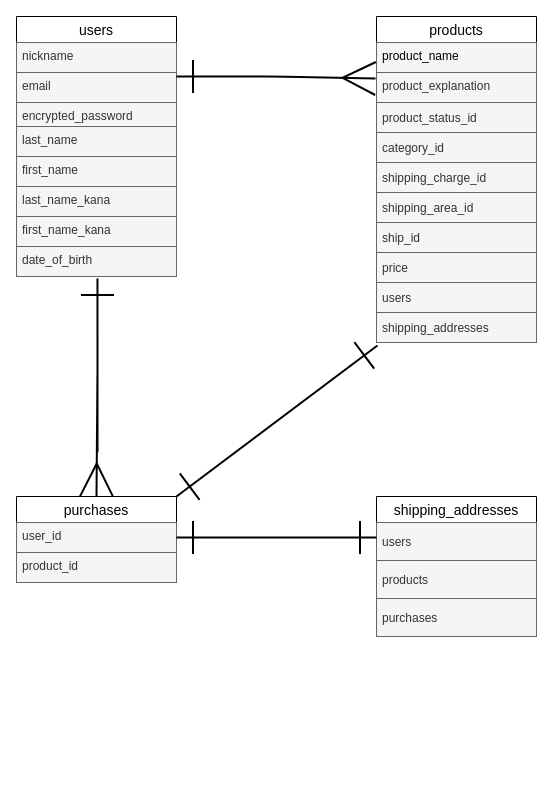
kujira3206/furima-36477 keeps this draw.io diagram as furimaER.dio. Above is the earlier version. Source tidied: cells renumbered, new cells numbered last; positions are measured from the earlier drawing's top-left corner, leaving out a move shared by most shapes. Both pictures are drawn from the tidied source at 100%, with x=0, y=0 at pixel (16, 16).
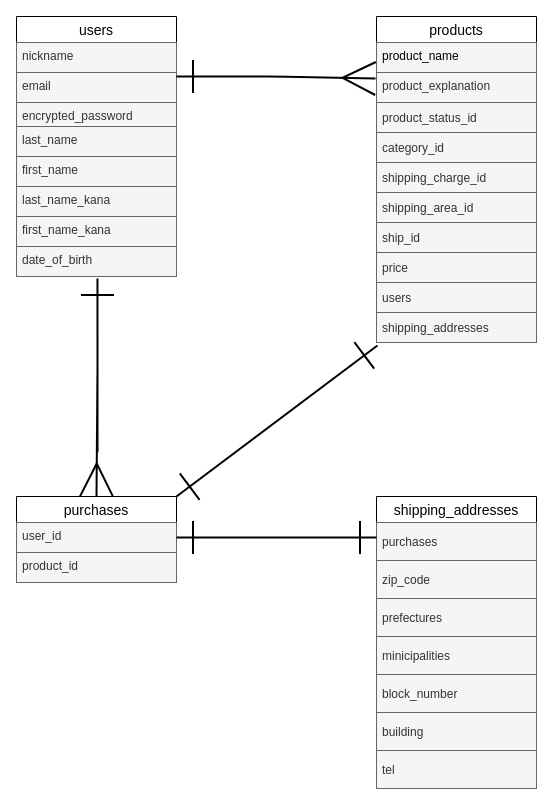
Above is the later version.

Commit message (it also covers changes not shown here):
配送先テーブルのカラムを修正

The edit, as a diff of the source:
```diff
@@
     <mxCell id="29" value="shipping_addresses" style="swimlane;fontStyle=0;horizontal=1;startSize=26;align=center;fontSize=14;" parent="1" vertex="1">
-      <mxGeometry x="360" y="480" width="160" height="140" as="geometry" />
+      <mxGeometry x="360" y="480" width="160" height="292" as="geometry" />
     </mxCell>
-    <mxCell id="30" value="users" style="text;strokeColor=#666666;fillColor=#f5f5f5;spacingLeft=4;spacingRight=4;overflow=hidden;fontSize=12;verticalAlign=middle;fontColor=#333333;" parent="29" vertex="1">
-      <mxGeometry y="26" width="160" height="38" as="geometry" />
-    </mxCell>
-    <mxCell id="31" value="products" style="text;strokeColor=#666666;fillColor=#f5f5f5;spacingLeft=4;spacingRight=4;overflow=hidden;fontSize=12;verticalAlign=middle;fontColor=#333333;" parent="29" vertex="1">
-      <mxGeometry y="64" width="160" height="38" as="geometry" />
-    </mxCell>
     <mxCell id="32" value="purchases" style="text;strokeColor=#666666;fillColor=#f5f5f5;spacingLeft=4;spacingRight=4;overflow=hidden;fontSize=12;verticalAlign=middle;fontColor=#333333;" parent="29" vertex="1">
-      <mxGeometry y="102" width="160" height="38" as="geometry" />
+      <mxGeometry y="26" width="160" height="38" as="geometry" />
     </mxCell>
+    <mxCell id="34" value="zip_code" style="text;strokeColor=#666666;fillColor=#f5f5f5;spacingLeft=4;spacingRight=4;overflow=hidden;fontSize=12;verticalAlign=middle;fontColor=#333333;" parent="29" vertex="1">
+      <mxGeometry y="64" width="160" height="38" as="geometry" />
+    </mxCell>
+    <mxCell id="35" value="prefectures" style="text;strokeColor=#666666;fillColor=#f5f5f5;spacingLeft=4;spacingRight=4;overflow=hidden;fontSize=12;verticalAlign=middle;fontColor=#333333;" parent="29" vertex="1">
+      <mxGeometry y="102" width="160" height="38" as="geometry" />
+    </mxCell>
+    <mxCell id="36" value="minicipalities" style="text;strokeColor=#666666;fillColor=#f5f5f5;spacingLeft=4;spacingRight=4;overflow=hidden;fontSize=12;verticalAlign=middle;fontColor=#333333;" parent="29" vertex="1">
+      <mxGeometry y="140" width="160" height="38" as="geometry" />
+    </mxCell>
+    <mxCell id="37" value="block_number" style="text;strokeColor=#666666;fillColor=#f5f5f5;spacingLeft=4;spacingRight=4;overflow=hidden;fontSize=12;verticalAlign=middle;fontColor=#333333;" parent="29" vertex="1">
+      <mxGeometry y="178" width="160" height="38" as="geometry" />
+    </mxCell>
+    <mxCell id="38" value="building" style="text;strokeColor=#666666;fillColor=#f5f5f5;spacingLeft=4;spacingRight=4;overflow=hidden;fontSize=12;verticalAlign=middle;fontColor=#333333;" parent="29" vertex="1">
+      <mxGeometry y="216" width="160" height="38" as="geometry" />
+    </mxCell>
+    <mxCell id="39" value="tel" style="text;strokeColor=#666666;fillColor=#f5f5f5;spacingLeft=4;spacingRight=4;overflow=hidden;fontSize=12;verticalAlign=middle;fontColor=#333333;" parent="29" vertex="1">
+      <mxGeometry y="254" width="160" height="38" as="geometry" />
+    </mxCell>
```
